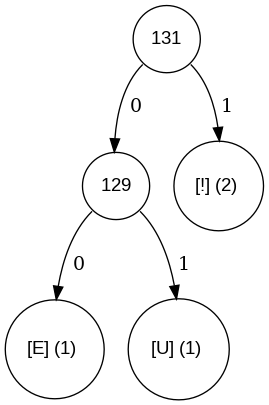
silvavds/aap keeps this Graphviz diagram as fil_rouge/codage/huffman/png/v_00003_tree.png. Above is the earlier version. Its source is kept beside it as fil_rouge/codage/huffman/dot/v_00003_tree.dot. Source of this version:
```dot
digraph tree {
	node [fontname="Arial", shape="circle", width=0.5];

131:se -> 33 [label = " 1"];
33 [label = "[!] (2) "];
131:sw -> 129 [label = " 0"];
129 [label = "129"];
129:sw -> 69 [label = " 0"];
69 [label = "[E] (1) "];
129:se -> 85 [label = " 1"];
85 [label = "[U] (1) "];
}
```
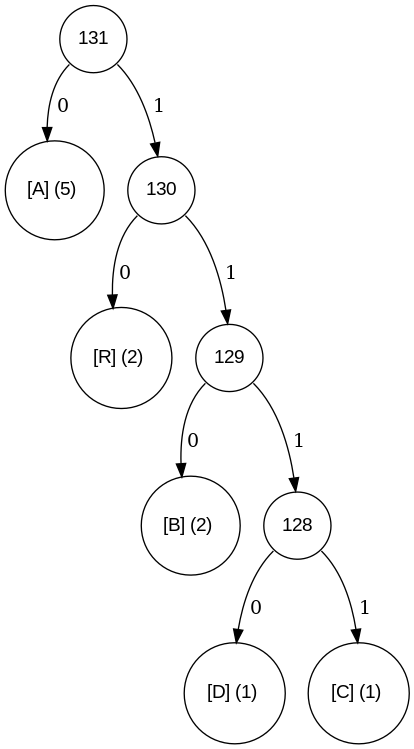
The same file after the commit.

The edit, as a diff of the source:
```diff
@@ -1,12 +1,20 @@
 digraph tree {
 	node [fontname="Arial", shape="circle", width=0.5];
 
-131:se -> 33 [label = " 1"];
-33 [label = "[!] (2) "];
-131:sw -> 129 [label = " 0"];
+131:sw -> 65 [label = " 0"];
+65 [label = "[A] (5) "];
+131:se -> 130 [label = " 1"];
+130 [label = "130"];
+130:sw -> 82 [label = " 0"];
+82 [label = "[R] (2) "];
+130:se -> 129 [label = " 1"];
 129 [label = "129"];
-129:sw -> 69 [label = " 0"];
-69 [label = "[E] (1) "];
-129:se -> 85 [label = " 1"];
-85 [label = "[U] (1) "];
+129:sw -> 66 [label = " 0"];
+66 [label = "[B] (2) "];
+129:se -> 128 [label = " 1"];
+128 [label = "128"];
+128:se -> 67 [label = " 1"];
+67 [label = "[C] (1) "];
+128:sw -> 68 [label = " 0"];
+68 [label = "[D] (1) "];
 }
```
